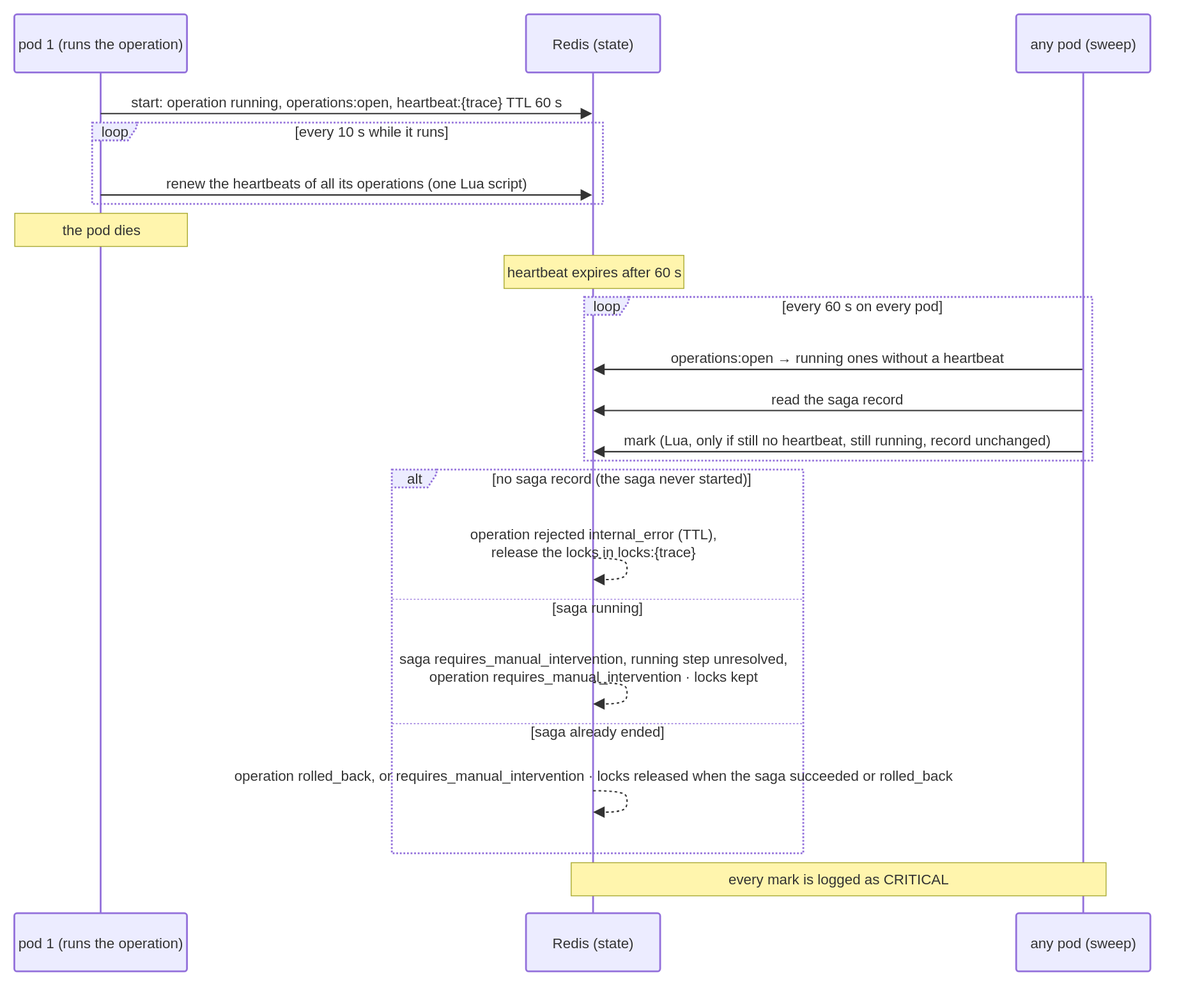
Earlier version of the draw.io export docs/diagrams/17-flow-heartbeat-and-abandoned-sweep.drawio.svg (EliShteinman/redis-enterprise-services). Source tidied: cells renumbered, new cells last; positions are measured from the earlier drawing's top-left corner, leaving out a move shared by most shapes.
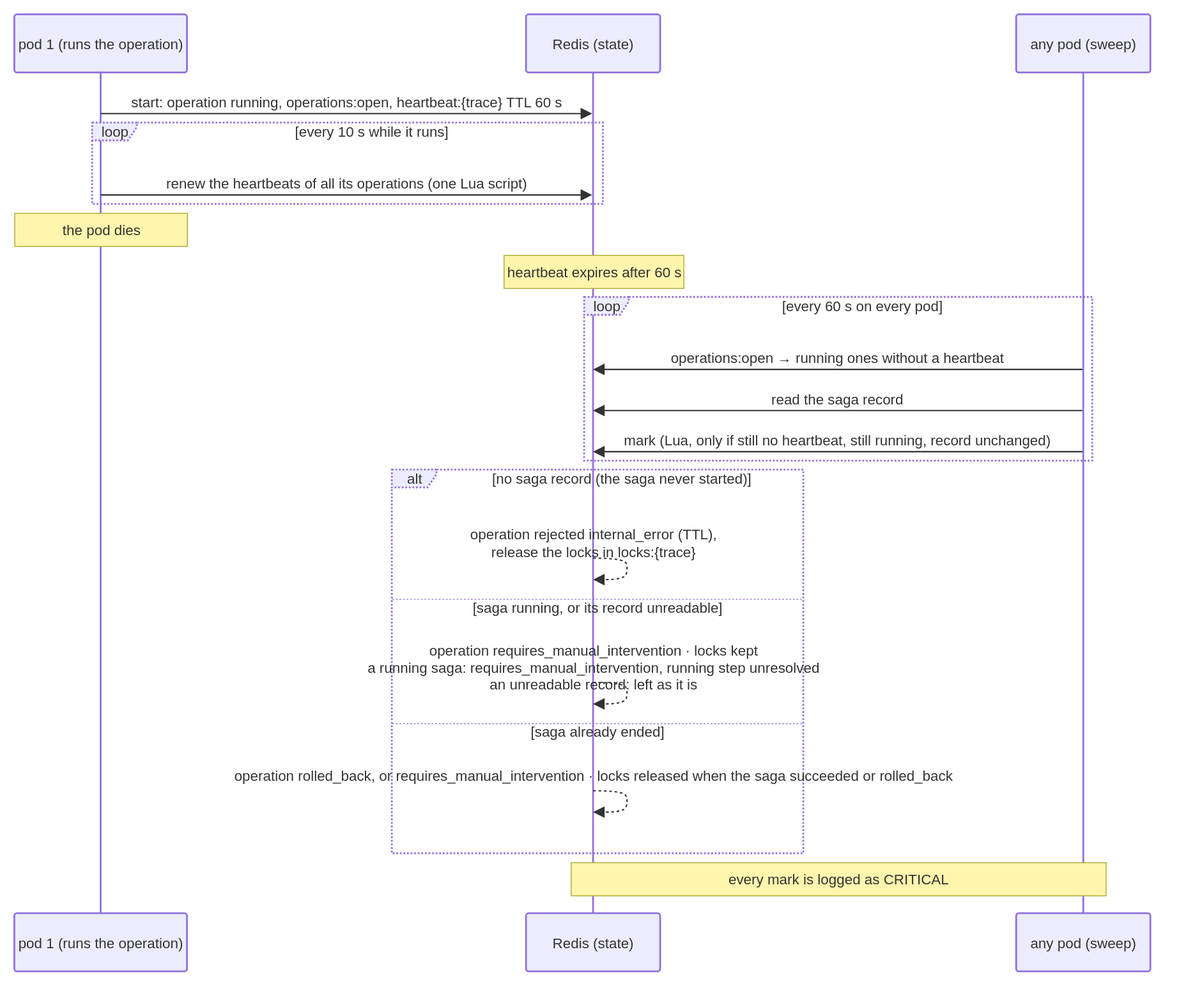
The same diagram one commit later.

Commit message:
docs: lookup retry in the failure table, schema enum wording, unreadable record in diagram 17

Diff of the diagram source:
```diff
@@ -32,7 +32,7 @@
     <mxCell id="11" style="shape=line;dashed=1;fixDash=1;dashPattern=2 2;strokeColor=light-dark(#9370DB,#cccccc);" parent="9" vertex="1">
       <mxGeometry y="144" width="460" height="1" as="geometry" />
     </mxCell>
-    <mxCell id="12" value="[saga running]" style="text;strokeColor=none;fillColor=none;align=center;verticalAlign=middle;whiteSpace=wrap;fontSize=16;fontFamily=Trebuchet MS,Verdana,Arial,sans-serif;fontColor=light-dark(#333333,#cccccc);" parent="9" vertex="1">
+    <mxCell id="12" value="[saga running, or its record unreadable]" style="text;strokeColor=none;fillColor=none;align=center;verticalAlign=middle;whiteSpace=wrap;fontSize=16;fontFamily=Trebuchet MS,Verdana,Arial,sans-serif;fontColor=light-dark(#333333,#cccccc);" parent="9" vertex="1">
       <mxGeometry y="146" width="460" height="16" as="geometry" />
     </mxCell>
     <mxCell id="13" style="shape=line;dashed=1;fixDash=1;dashPattern=2 2;strokeColor=light-dark(#9370DB,#cccccc);" parent="9" vertex="1">
@@ -97,7 +97,7 @@
         </Array>
       </mxGeometry>
     </mxCell>
-    <mxCell id="23" value="saga requires_manual_intervention, running step unresolved,&#10;operation requires_manual_intervention · locks kept" style="text;html=1;strokeColor=none;fillColor=none;align=center;verticalAlign=middle;fontFamily=Trebuchet MS,Verdana,Arial,sans-serif;fontSize=16;fontColor=light-dark(#333333,#cccccc);" parent="1" vertex="1">
+    <mxCell id="23" value="operation requires_manual_intervention · locks kept&#10;a running saga: requires_manual_intervention, running step unresolved&#10;an unreadable record: left as it is" style="text;html=1;strokeColor=none;fillColor=none;align=center;verticalAlign=middle;fontFamily=Trebuchet MS,Verdana,Arial,sans-serif;fontSize=16;fontColor=light-dark(#333333,#cccccc);" parent="1" vertex="1">
       <mxGeometry x="547" y="721" width="200" height="18" as="geometry" />
     </mxCell>
     <mxCell id="24" style="dashed=1;fixDash=1;dashPattern=3 3;edgeStyle=sequenceEdgeStyle;libavoidRouting=0;curved=1;endArrow=block;endSize=9;verticalAlign=bottom;align=center;fontSize=16;labelBackgroundColor=none;strokeWidth=1.5;strokeColor=light-dark(#333333,#cccccc);fontColor=light-dark(#333333,#cccccc);fontFamily=Trebuchet MS,Verdana,Arial,sans-serif;" parent="1" edge="1" source="3" target="3">
```
